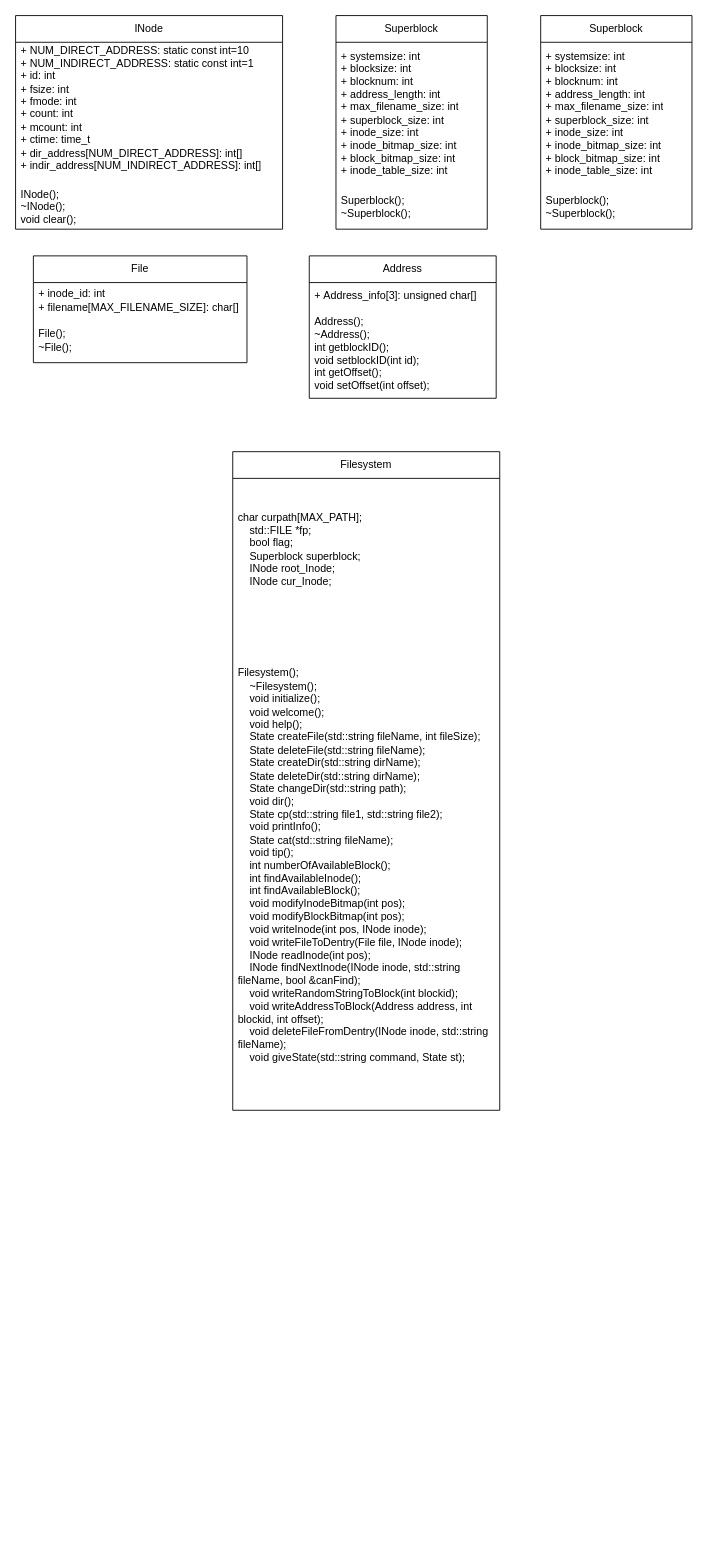
Earlier version of the draw.io diagram Class Diagram.drawio (MinkunZhao/SE_lab1). Source tidied: cells renumbered, new cells numbered last; positions are measured from the earlier drawing's top-left corner, leaving out a move shared by most shapes. Both pictures are drawn from the tidied source at 89%, with x=0, y=0 at pixel (15, 15).
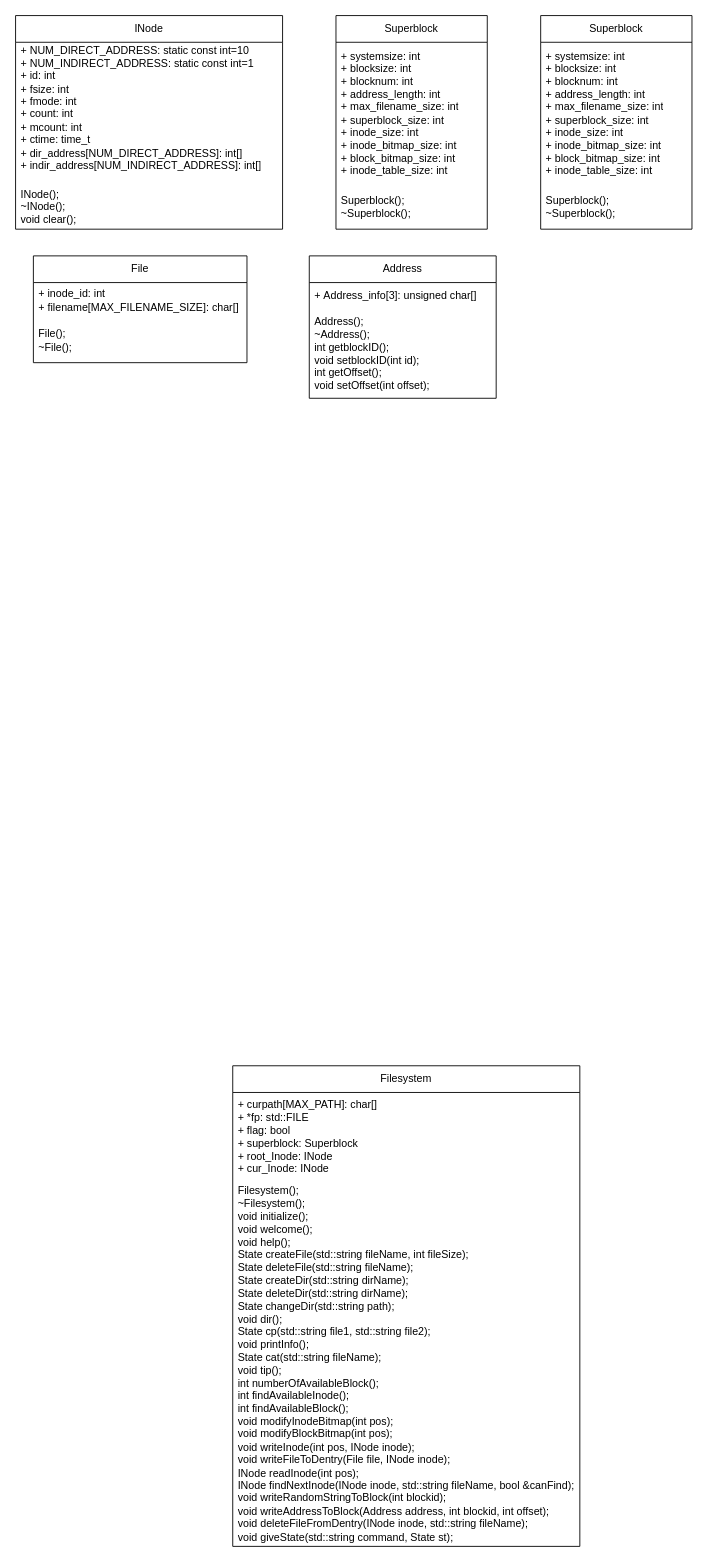
The same page after the edit.

Change to the diagram source:
```diff
@@
 <mxGraphModel>
   <root>
     <mxCell id="0" />
     <mxCell id="1" parent="0" />
     <mxCell id="2" value="INode" style="swimlane;fontStyle=0;horizontal=1;startSize=30;whiteSpace=wrap;html=1;" parent="1" vertex="1">
       <mxGeometry width="300" height="240" as="geometry" />
     </mxCell>
     <mxCell id="3" value="+ NUM_DIRECT_ADDRESS:&amp;nbsp;static const int=10&lt;br&gt;+ NUM_INDIRECT_ADDRESS:&amp;nbsp;static const int=1&lt;br&gt;&lt;div&gt;+ id: int&lt;/div&gt;&lt;div&gt;&lt;span style=&quot;background-color: initial;&quot;&gt;+ fsize: int&lt;/span&gt;&lt;/div&gt;&lt;div&gt;+ fmode: int&lt;/div&gt;&lt;div&gt;+ count: int&lt;/div&gt;&lt;div&gt;+ mcount: int&lt;/div&gt;&lt;div&gt;&lt;span style=&quot;background-color: initial;&quot;&gt;+ ctime: time_t&lt;/span&gt;&lt;/div&gt;&lt;div&gt;&lt;span style=&quot;background-color: initial;&quot;&gt;+ dir_address[NUM_DIRECT_ADDRESS]: int[]&lt;/span&gt;&lt;/div&gt;&lt;div&gt;+ indir_address[NUM_INDIRECT_ADDRESS]: int[]&lt;/div&gt;&lt;div&gt;&lt;br&gt;&lt;/div&gt;" style="text;strokeColor=none;fillColor=none;align=left;verticalAlign=middle;spacingLeft=4;spacingRight=4;overflow=hidden;whiteSpace=wrap;html=1;" parent="2" vertex="1">
       <mxGeometry y="30" width="300" height="160" as="geometry" />
     </mxCell>
     <mxCell id="4" value="INode();&lt;div&gt;~INode();&lt;/div&gt;&lt;div&gt;void clear();&lt;/div&gt;" style="text;strokeColor=none;fillColor=none;align=left;verticalAlign=middle;spacingLeft=4;spacingRight=4;overflow=hidden;whiteSpace=wrap;html=1;" parent="2" vertex="1">
       <mxGeometry y="190" width="300" height="50" as="geometry" />
     </mxCell>
     <mxCell id="5" value="Superblock" style="swimlane;fontStyle=0;horizontal=1;startSize=30;whiteSpace=wrap;html=1;" parent="1" vertex="1">
       <mxGeometry x="360" width="170" height="240" as="geometry" />
     </mxCell>
     <mxCell id="6" value="+ systemsize: int&lt;br&gt;&lt;div&gt;+ blocksize: int&lt;/div&gt;&lt;div&gt;+ blocknum: int&lt;/div&gt;&lt;div&gt;+ address_length: int&lt;/div&gt;&lt;div&gt;+ max_filename_size: int&lt;/div&gt;&lt;div&gt;+ superblock_size: int&lt;/div&gt;&lt;div&gt;+ inode_size: int&lt;/div&gt;&lt;div&gt;+ inode_bitmap_size: int&lt;/div&gt;&lt;div&gt;+ block_bitmap_size: int&lt;/div&gt;&lt;div&gt;+ inode_table_size: int&lt;/div&gt;" style="text;strokeColor=none;fillColor=none;align=left;verticalAlign=middle;spacingLeft=4;spacingRight=4;overflow=hidden;whiteSpace=wrap;html=1;" parent="5" vertex="1">
       <mxGeometry y="30" width="170" height="160" as="geometry" />
     </mxCell>
     <mxCell id="7" value="&lt;div&gt;Superblock();&lt;/div&gt;&lt;div&gt;~Superblock();&lt;/div&gt;" style="text;strokeColor=none;fillColor=none;align=left;verticalAlign=middle;spacingLeft=4;spacingRight=4;overflow=hidden;whiteSpace=wrap;html=1;" parent="5" vertex="1">
       <mxGeometry y="190" width="170" height="50" as="geometry" />
     </mxCell>
     <mxCell id="8" value="Superblock" style="swimlane;fontStyle=0;horizontal=1;startSize=30;whiteSpace=wrap;html=1;" parent="1" vertex="1">
       <mxGeometry x="590" width="170" height="240" as="geometry" />
     </mxCell>
     <mxCell id="9" value="+ systemsize: int&lt;br&gt;&lt;div&gt;+ blocksize: int&lt;/div&gt;&lt;div&gt;+ blocknum: int&lt;/div&gt;&lt;div&gt;+ address_length: int&lt;/div&gt;&lt;div&gt;+ max_filename_size: int&lt;/div&gt;&lt;div&gt;+ superblock_size: int&lt;/div&gt;&lt;div&gt;+ inode_size: int&lt;/div&gt;&lt;div&gt;+ inode_bitmap_size: int&lt;/div&gt;&lt;div&gt;+ block_bitmap_size: int&lt;/div&gt;&lt;div&gt;+ inode_table_size: int&lt;/div&gt;" style="text;strokeColor=none;fillColor=none;align=left;verticalAlign=middle;spacingLeft=4;spacingRight=4;overflow=hidden;whiteSpace=wrap;html=1;" parent="8" vertex="1">
       <mxGeometry y="30" width="170" height="160" as="geometry" />
     </mxCell>
     <mxCell id="10" value="&lt;div&gt;Superblock();&lt;/div&gt;&lt;div&gt;~Superblock();&lt;/div&gt;" style="text;strokeColor=none;fillColor=none;align=left;verticalAlign=middle;spacingLeft=4;spacingRight=4;overflow=hidden;whiteSpace=wrap;html=1;" parent="8" vertex="1">
       <mxGeometry y="190" width="170" height="50" as="geometry" />
     </mxCell>
     <mxCell id="11" value="File" style="swimlane;fontStyle=0;horizontal=1;startSize=30;whiteSpace=wrap;html=1;" parent="1" vertex="1">
       <mxGeometry x="20" y="270" width="240" height="120" as="geometry" />
     </mxCell>
     <mxCell id="12" value="+ inode_id: int&lt;br&gt;&lt;div&gt;+ filename[MAX_FILENAME_SIZE]: char[]&lt;/div&gt;" style="text;strokeColor=none;fillColor=none;align=left;verticalAlign=middle;spacingLeft=4;spacingRight=4;overflow=hidden;whiteSpace=wrap;html=1;" parent="11" vertex="1">
       <mxGeometry y="30" width="240" height="40" as="geometry" />
     </mxCell>
     <mxCell id="13" value="&lt;div&gt;File();&lt;/div&gt;&lt;div&gt;~File();&lt;/div&gt;" style="text;strokeColor=none;fillColor=none;align=left;verticalAlign=middle;spacingLeft=4;spacingRight=4;overflow=hidden;whiteSpace=wrap;html=1;" parent="11" vertex="1">
       <mxGeometry y="70" width="240" height="50" as="geometry" />
     </mxCell>
     <mxCell id="14" value="Address" style="swimlane;fontStyle=0;horizontal=1;startSize=30;whiteSpace=wrap;html=1;" parent="1" vertex="1">
       <mxGeometry x="330" y="270" width="210" height="160" as="geometry" />
     </mxCell>
     <mxCell id="15" value="&lt;span style=&quot;background-color: initial;&quot;&gt;+&amp;nbsp;Address_info&lt;/span&gt;&lt;span style=&quot;background-color: initial;&quot;&gt;[3]: unsigned char[]&lt;/span&gt;" style="text;strokeColor=none;fillColor=none;align=left;verticalAlign=middle;spacingLeft=4;spacingRight=4;overflow=hidden;whiteSpace=wrap;html=1;" parent="14" vertex="1">
       <mxGeometry y="30" width="210" height="30" as="geometry" />
     </mxCell>
     <mxCell id="16" value="&lt;div&gt;Address();&lt;/div&gt;&lt;div&gt;~Address();&lt;span style=&quot;&quot;&gt;&lt;/span&gt;&lt;/div&gt;&lt;div&gt;&lt;span style=&quot;&quot;&gt;int getblockID();&lt;/span&gt;&lt;/div&gt;&lt;div&gt;&lt;span style=&quot;&quot;&gt;void setblockID(int id);&lt;/span&gt;&lt;/div&gt;&lt;div&gt;&lt;span style=&quot;&quot;&gt;int getOffset();&lt;/span&gt;&lt;/div&gt;&lt;div&gt;&lt;span style=&quot;&quot;&gt;void setOffset(int offset);&lt;/span&gt;&lt;/div&gt;" style="text;strokeColor=none;fillColor=none;align=left;verticalAlign=middle;spacingLeft=4;spacingRight=4;overflow=hidden;whiteSpace=wrap;html=1;" parent="14" vertex="1">
       <mxGeometry y="60" width="210" height="100" as="geometry" />
     </mxCell>
     <mxCell id="17" value="Filesystem" style="swimlane;fontStyle=0;horizontal=1;startSize=30;whiteSpace=wrap;html=1;" parent="1" vertex="1">
-      <mxGeometry x="244" y="490" width="300" height="740" as="geometry" />
+      <mxGeometry x="244" y="1180" width="390" height="540" as="geometry" />
     </mxCell>
-    <mxCell id="18" value="&lt;div&gt;char curpath[MAX_PATH];&lt;/div&gt;&lt;div&gt;&amp;nbsp; &amp;nbsp; std::FILE *fp;&lt;/div&gt;&lt;div&gt;&amp;nbsp; &amp;nbsp; bool flag;&lt;/div&gt;&lt;div&gt;&amp;nbsp; &amp;nbsp; Superblock superblock;&lt;/div&gt;&lt;div&gt;&amp;nbsp; &amp;nbsp; INode root_Inode;&lt;/div&gt;&lt;div&gt;&amp;nbsp; &amp;nbsp; INode cur_Inode;&lt;/div&gt;" style="text;strokeColor=none;fillColor=none;align=left;verticalAlign=middle;spacingLeft=4;spacingRight=4;overflow=hidden;whiteSpace=wrap;html=1;" parent="17" vertex="1">
-      <mxGeometry y="30" width="300" height="160" as="geometry" />
+    <mxCell id="18" value="&lt;div&gt;+ curpath[MAX_PATH]: char[]&lt;/div&gt;&lt;div&gt;+ *fp: std::FILE&lt;/div&gt;&lt;div&gt;+ flag: bool&lt;/div&gt;&lt;div&gt;+ superblock: Superblock&lt;/div&gt;&lt;div&gt;+ root_Inode: INode&lt;/div&gt;&lt;div&gt;+ cur_Inode: INode&lt;/div&gt;" style="text;strokeColor=none;fillColor=none;align=left;verticalAlign=middle;spacingLeft=4;spacingRight=4;overflow=hidden;whiteSpace=wrap;html=1;" parent="17" vertex="1">
+      <mxGeometry y="30" width="390" height="100" as="geometry" />
     </mxCell>
-    <mxCell id="19" value="&lt;div&gt;Filesystem();&lt;/div&gt;&lt;div&gt;&amp;nbsp; &amp;nbsp; ~Filesystem();&lt;/div&gt;&lt;div&gt;&amp;nbsp; &amp;nbsp; void initialize();&lt;/div&gt;&lt;div&gt;&amp;nbsp; &amp;nbsp; void welcome();&lt;/div&gt;&lt;div&gt;&amp;nbsp; &amp;nbsp; void help();&lt;/div&gt;&lt;div&gt;&amp;nbsp; &amp;nbsp; State createFile(std::string fileName, int fileSize);&lt;/div&gt;&lt;div&gt;&amp;nbsp; &amp;nbsp; State deleteFile(std::string fileName);&lt;/div&gt;&lt;div&gt;&amp;nbsp; &amp;nbsp; State createDir(std::string dirName);&lt;/div&gt;&lt;div&gt;&amp;nbsp; &amp;nbsp; State deleteDir(std::string dirName);&lt;/div&gt;&lt;div&gt;&amp;nbsp; &amp;nbsp; State changeDir(std::string path);&lt;/div&gt;&lt;div&gt;&amp;nbsp; &amp;nbsp; void dir();&lt;/div&gt;&lt;div&gt;&amp;nbsp; &amp;nbsp; State cp(std::string file1, std::string file2);&lt;/div&gt;&lt;div&gt;&amp;nbsp; &amp;nbsp; void printInfo();&lt;/div&gt;&lt;div&gt;&amp;nbsp; &amp;nbsp; State cat(std::string fileName);&lt;/div&gt;&lt;div&gt;&amp;nbsp; &amp;nbsp; void tip();&lt;/div&gt;&lt;div&gt;&amp;nbsp; &amp;nbsp; int numberOfAvailableBlock();&lt;/div&gt;&lt;div&gt;&amp;nbsp; &amp;nbsp; int findAvailableInode();&lt;/div&gt;&lt;div&gt;&amp;nbsp; &amp;nbsp; int findAvailableBlock();&lt;/div&gt;&lt;div&gt;&amp;nbsp; &amp;nbsp; void modifyInodeBitmap(int pos);&lt;/div&gt;&lt;div&gt;&amp;nbsp; &amp;nbsp; void modifyBlockBitmap(int pos);&lt;/div&gt;&lt;div&gt;&amp;nbsp; &amp;nbsp; void writeInode(int pos, INode inode);&lt;/div&gt;&lt;div&gt;&amp;nbsp; &amp;nbsp; void writeFileToDentry(File file, INode inode);&lt;/div&gt;&lt;div&gt;&amp;nbsp; &amp;nbsp; INode readInode(int pos);&lt;/div&gt;&lt;div&gt;&amp;nbsp; &amp;nbsp; INode findNextInode(INode inode, std::string fileName, bool &amp;amp;canFind);&lt;/div&gt;&lt;div&gt;&amp;nbsp; &amp;nbsp; void writeRandomStringToBlock(int blockid);&lt;/div&gt;&lt;div&gt;&amp;nbsp; &amp;nbsp; void writeAddressToBlock(Address address, int blockid, int offset);&lt;/div&gt;&lt;div&gt;&amp;nbsp; &amp;nbsp; void deleteFileFromDentry(INode inode, std::string fileName);&lt;/div&gt;&lt;div&gt;&amp;nbsp; &amp;nbsp; void giveState(std::string command, State st);&lt;/div&gt;" style="text;strokeColor=none;fillColor=none;align=left;verticalAlign=middle;spacingLeft=4;spacingRight=4;overflow=hidden;whiteSpace=wrap;html=1;" parent="17" vertex="1">
-      <mxGeometry y="190" width="300" height="550" as="geometry" />
+    <mxCell id="19" value="&lt;div&gt;Filesystem();&lt;/div&gt;&lt;div&gt;~Filesystem();&lt;/div&gt;&lt;div&gt;void initialize();&lt;/div&gt;&lt;div&gt;void welcome();&lt;/div&gt;&lt;div&gt;void help();&lt;/div&gt;&lt;div&gt;State createFile(std::string fileName, int fileSize);&lt;/div&gt;&lt;div&gt;State deleteFile(std::string fileName);&lt;/div&gt;&lt;div&gt;State createDir(std::string dirName);&lt;/div&gt;&lt;div&gt;State deleteDir(std::string dirName);&lt;/div&gt;&lt;div&gt;State changeDir(std::string path);&lt;/div&gt;&lt;div&gt;void dir();&lt;/div&gt;&lt;div&gt;State cp(std::string file1, std::string file2);&lt;/div&gt;&lt;div&gt;void printInfo();&lt;/div&gt;&lt;div&gt;State cat(std::string fileName);&lt;/div&gt;&lt;div&gt;void tip();&lt;/div&gt;&lt;div&gt;int numberOfAvailableBlock();&lt;/div&gt;&lt;div&gt;int findAvailableInode();&lt;/div&gt;&lt;div&gt;int findAvailableBlock();&lt;/div&gt;&lt;div&gt;void modifyInodeBitmap(int pos);&lt;/div&gt;&lt;div&gt;void modifyBlockBitmap(int pos);&lt;/div&gt;&lt;div&gt;void writeInode(int pos, INode inode);&lt;/div&gt;&lt;div&gt;void writeFileToDentry(File file, INode inode);&lt;/div&gt;&lt;div&gt;INode readInode(int pos);&lt;/div&gt;&lt;div&gt;INode findNextInode(INode inode, std::string fileName, bool &amp;amp;canFind);&lt;/div&gt;&lt;div&gt;void writeRandomStringToBlock(int blockid);&lt;/div&gt;&lt;div&gt;void writeAddressToBlock(Address address, int blockid, int offset);&lt;/div&gt;&lt;div&gt;void deleteFileFromDentry(INode inode, std::string fileName);&lt;/div&gt;&lt;div&gt;void giveState(std::string command, State st);&lt;/div&gt;" style="text;strokeColor=none;fillColor=none;align=left;verticalAlign=middle;spacingLeft=4;spacingRight=4;overflow=hidden;whiteSpace=wrap;html=1;" parent="17" vertex="1">
+      <mxGeometry y="130" width="390" height="410" as="geometry" />
     </mxCell>
   </root>
 </mxGraphModel>
```
